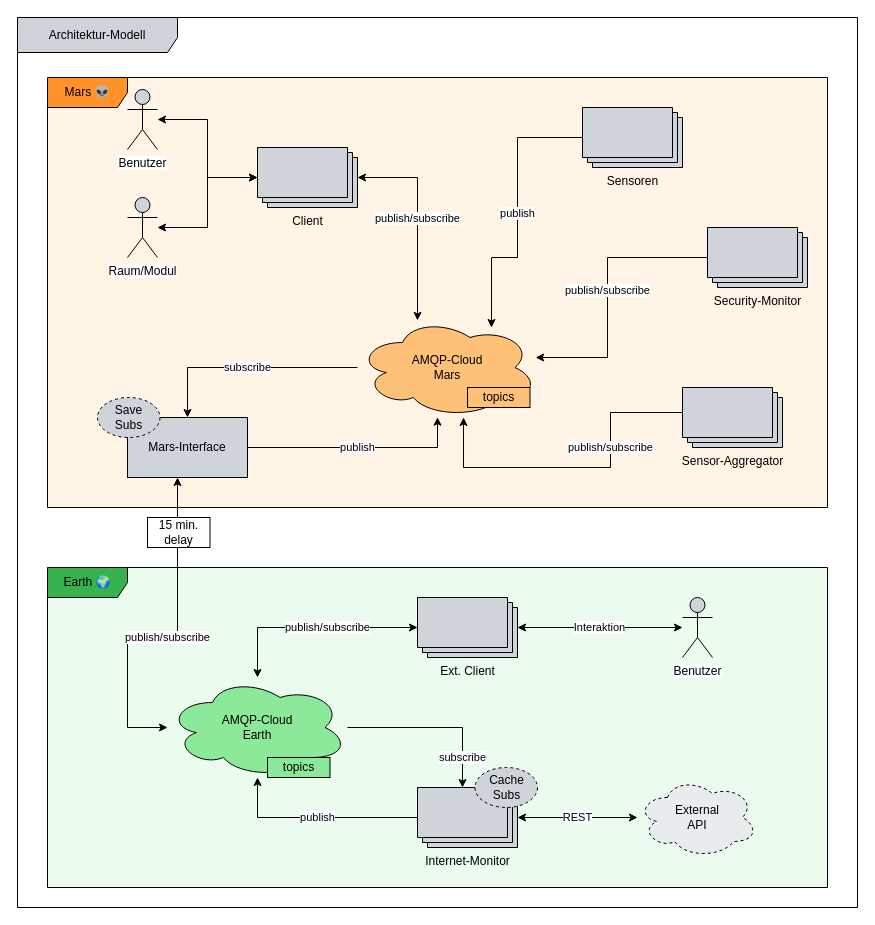
Earlier version of the draw.io diagram docs/Architektur-Modell.drawio (leo-3108/mi-fddw-mars-colonisation-gedrath-pelzer). Source tidied: cells renumbered, new cells numbered last; positions are measured from the earlier drawing's top-left corner, leaving out a move shared by most shapes. Both pictures are drawn from the tidied source at 100%, with x=0, y=0 at pixel (17, 17).
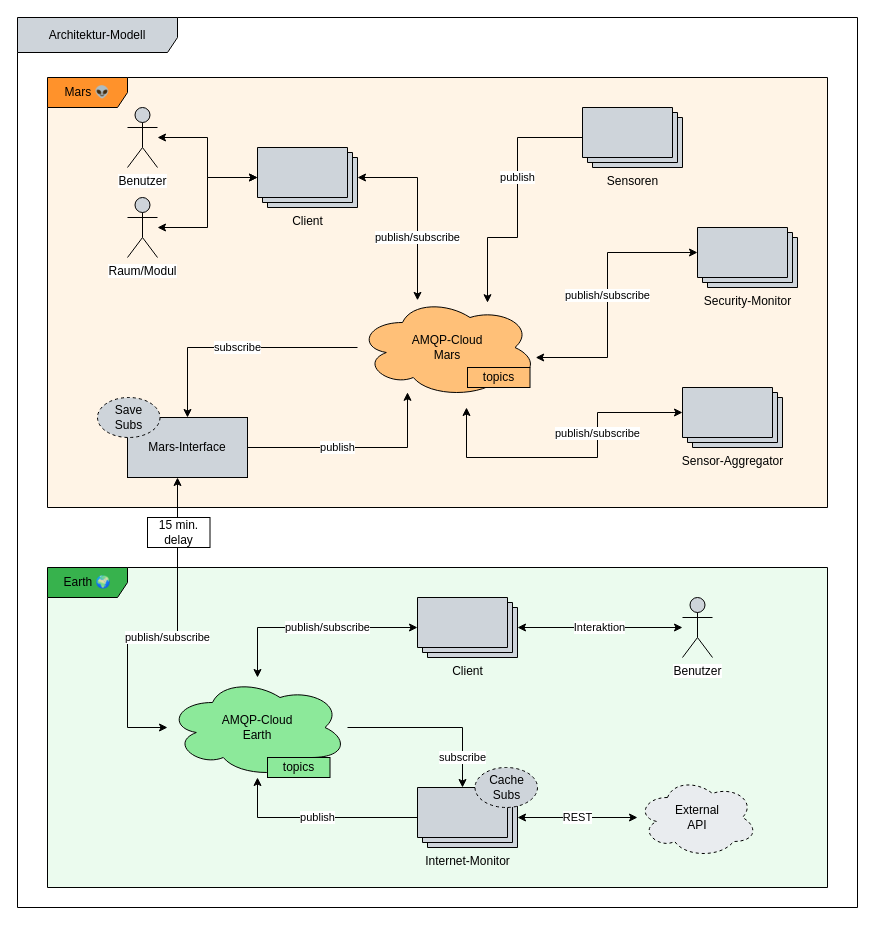
After the change.

The change refers to these unchanged cells:
```xml
<mxCell id="14" value="&lt;font face=&quot;IBM Plex Mono&quot;&gt;Mars-Interface&lt;br&gt;&lt;/font&gt;" style="rounded=0;whiteSpace=wrap;html=1;fillColor=#CED4DA;" parent="1" vertex="1">
  <mxGeometry x="110" y="400" width="120" height="60" as="geometry" />
</mxCell>
<mxCell id="26" value="&lt;font face=&quot;IBM Plex Mono&quot;&gt;Sensoren&lt;/font&gt;" style="verticalLabelPosition=bottom;verticalAlign=top;html=1;shape=mxgraph.basic.layered_rect;dx=10;outlineConnect=0;fillColor=#ced4da;" parent="1" vertex="1">
  <mxGeometry x="565" y="90" width="100" height="60" as="geometry" />
</mxCell>
<mxCell id="28" value="&lt;font face=&quot;IBM Plex Mono&quot;&gt;Client&lt;/font&gt;" style="verticalLabelPosition=bottom;verticalAlign=top;html=1;shape=mxgraph.basic.layered_rect;dx=10;outlineConnect=0;fillColor=#ced4da;" parent="1" vertex="1">
  <mxGeometry x="240" y="130" width="100" height="60" as="geometry" />
</mxCell>
<mxCell id="34" value="&lt;font face=&quot;IBM Plex Mono&quot;&gt;Sensor-Aggregator&lt;/font&gt;" style="verticalLabelPosition=bottom;verticalAlign=top;html=1;shape=mxgraph.basic.layered_rect;dx=10;outlineConnect=0;fillColor=#ced4da;" parent="1" vertex="1">
  <mxGeometry x="665" y="370" width="100" height="60" as="geometry" />
</mxCell>
```

The edit, as a diff of the source:
```diff
@@
     <mxCell id="5" value="AMQP-Cloud&lt;br&gt;Mars" style="ellipse;shape=cloud;whiteSpace=wrap;html=1;fontFamily=IBM Plex Sans;FType=g;fillColor=#ffc078;" parent="1" vertex="1">
-      <mxGeometry x="340" y="300" width="180" height="100" as="geometry" />
+      <mxGeometry x="340" y="280" width="180" height="100" as="geometry" />
     </mxCell>
@@
     <mxCell id="13" value="publish" style="edgeStyle=orthogonalEdgeStyle;rounded=0;jettySize=auto;html=1;startArrow=none;startFill=0;endArrow=classic;endFill=1;fontFamily=IBM Plex Mono;" parent="1" edge="1" source="14" target="5">
-      <mxGeometry relative="1" as="geometry">
+      <mxGeometry x="-0.16" relative="1" as="geometry">
         <Array as="points">
-          <mxPoint x="420" y="430" />
+          <mxPoint x="390" y="430" />
         </Array>
       </mxGeometry>
     </mxCell>
@@
-    <mxCell id="19" value="&lt;font face=&quot;IBM Plex Mono&quot;&gt;Ext. Client&lt;/font&gt;" style="verticalLabelPosition=bottom;verticalAlign=top;html=1;shape=mxgraph.basic.layered_rect;dx=10;outlineConnect=0;fillColor=#ced4da;" parent="1" vertex="1">
+    <mxCell id="19" value="&lt;font face=&quot;IBM Plex Mono&quot;&gt;Client&lt;/font&gt;" style="verticalLabelPosition=bottom;verticalAlign=top;html=1;shape=mxgraph.basic.layered_rect;dx=10;outlineConnect=0;fillColor=#ced4da;" parent="1" vertex="1">
       <mxGeometry x="400" y="580" width="100" height="60" as="geometry" />
     </mxCell>
@@
     <mxCell id="23" value="&lt;font face=&quot;IBM Plex Mono&quot;&gt;topics&lt;/font&gt;" style="rounded=0;whiteSpace=wrap;html=1;fillColor=#ffc078;" parent="1" vertex="1">
-      <mxGeometry x="450" y="370" width="62.5" height="20" as="geometry" />
+      <mxGeometry x="450" y="350" width="62.5" height="20" as="geometry" />
     </mxCell>
@@
-    <mxCell id="25" value="publish" style="edgeStyle=orthogonalEdgeStyle;rounded=0;jettySize=auto;html=1;startArrow=none;startFill=0;fontFamily=IBM Plex Mono;endArrow=classic;endFill=1;" parent="1" edge="1" source="26">
-      <mxGeometry relative="1" as="geometry">
-        <mxPoint x="474" y="310" as="targetPoint" />
+    <mxCell id="25" value="publish" style="edgeStyle=orthogonalEdgeStyle;rounded=0;jettySize=auto;html=1;startArrow=none;startFill=0;fontFamily=IBM Plex Mono;endArrow=classic;endFill=1;" parent="1" edge="1" source="26" target="5">
+      <mxGeometry x="-0.19" relative="1" as="geometry">
         <Array as="points">
           <mxPoint x="500" y="120" />
-          <mxPoint x="500" y="240" />
-          <mxPoint x="474" y="240" />
+          <mxPoint x="500" y="220" />
+          <mxPoint x="470" y="220" />
         </Array>
       </mxGeometry>
     </mxCell>
@@
     <mxCell id="27" value="publish/subscribe" style="edgeStyle=orthogonalEdgeStyle;rounded=0;jettySize=auto;html=1;startArrow=classic;startFill=1;endArrow=classic;endFill=1;fontFamily=IBM Plex Mono;" parent="1" edge="1" source="28" target="5">
-      <mxGeometry relative="1" as="geometry">
+      <mxGeometry x="0.31" relative="1" as="geometry">
         <Array as="points">
           <mxPoint x="400" y="160" />
         </Array>
       </mxGeometry>
     </mxCell>
@@
     <mxCell id="30" value="&lt;font face=&quot;IBM Plex Sans&quot;&gt;Benutzer&lt;/font&gt;" style="shape=umlActor;verticalLabelPosition=bottom;labelBackgroundColor=#ffffff;verticalAlign=top;html=1;strokeColor=#000000;fillColor=#CED4DA;gradientColor=none;" parent="1" vertex="1">
-      <mxGeometry x="110" y="72" width="30" height="60" as="geometry" />
+      <mxGeometry x="110" y="90" width="30" height="60" as="geometry" />
     </mxCell>
@@
-    <mxCell id="33" value="&lt;span style=&quot;caret-color: rgb(0, 0, 0); font-family: &amp;quot;IBM Plex Mono&amp;quot;; font-size: 11px; font-style: normal; font-variant-caps: normal; font-weight: normal; letter-spacing: normal; text-align: center; text-indent: 0px; text-transform: none; word-spacing: 0px; -webkit-text-stroke-width: 0px; background-color: rgb(255, 255, 255); text-decoration: none; float: none; display: inline !important;&quot;&gt;publish/subscribe&lt;/span&gt;" style="edgeStyle=orthogonalEdgeStyle;rounded=0;jettySize=auto;html=1;exitX=0;exitY=0;exitDx=0;exitDy=25;exitPerimeter=0;entryX=0.589;entryY=1;entryDx=0;entryDy=0;entryPerimeter=0;" parent="1" edge="1" source="34" target="5">
-      <mxGeometry x="-0.34" relative="1" as="geometry">
+    <mxCell id="33" value="&lt;span style=&quot;caret-color: rgb(0, 0, 0); font-family: &amp;quot;IBM Plex Mono&amp;quot;; font-size: 11px; font-style: normal; font-variant-caps: normal; font-weight: normal; letter-spacing: normal; text-align: center; text-indent: 0px; text-transform: none; word-spacing: 0px; -webkit-text-stroke-width: 0px; background-color: rgb(255, 255, 255); text-decoration: none; float: none; display: inline !important;&quot;&gt;publish/subscribe&lt;/span&gt;" style="edgeStyle=orthogonalEdgeStyle;rounded=0;jettySize=auto;html=1;exitX=0;exitY=0;exitDx=0;exitDy=25;exitPerimeter=0;startArrow=classic;startFill=1;" parent="1" edge="1" source="34">
+      <mxGeometry x="-0.32" relative="1" as="geometry">
+        <mxPoint x="449" y="390" as="targetPoint" />
         <Array as="points">
-          <mxPoint x="593" y="395" />
-          <mxPoint x="593" y="450" />
-          <mxPoint x="446" y="450" />
+          <mxPoint x="580" y="395" />
+          <mxPoint x="580" y="440" />
+          <mxPoint x="449" y="440" />
         </Array>
       </mxGeometry>
     </mxCell>
@@
-    <mxCell id="35" value="&lt;span style=&quot;caret-color: rgb(0, 0, 0); font-family: &amp;quot;IBM Plex Mono&amp;quot;; font-size: 11px; font-style: normal; font-variant-caps: normal; font-weight: normal; letter-spacing: normal; text-align: center; text-indent: 0px; text-transform: none; word-spacing: 0px; -webkit-text-stroke-width: 0px; background-color: rgb(255, 255, 255); text-decoration: none; float: none; display: inline !important;&quot;&gt;publish/subscribe&lt;/span&gt;" style="edgeStyle=orthogonalEdgeStyle;rounded=0;jettySize=auto;html=1;exitX=0;exitY=0;exitDx=0;exitDy=25;exitPerimeter=0;" parent="1" edge="1" source="36" target="5">
+    <mxCell id="35" value="&lt;span style=&quot;caret-color: rgb(0, 0, 0); font-family: &amp;quot;IBM Plex Mono&amp;quot;; font-size: 11px; font-style: normal; font-variant-caps: normal; font-weight: normal; letter-spacing: normal; text-align: center; text-indent: 0px; text-transform: none; word-spacing: 0px; -webkit-text-stroke-width: 0px; background-color: rgb(255, 255, 255); text-decoration: none; float: none; display: inline !important;&quot;&gt;publish/subscribe&lt;/span&gt;" style="edgeStyle=orthogonalEdgeStyle;rounded=0;jettySize=auto;html=1;exitX=0;exitY=0;exitDx=0;exitDy=25;exitPerimeter=0;strokeColor=#000000;startArrow=classic;startFill=1;" parent="1" edge="1" source="36" target="5">
       <mxGeometry relative="1" as="geometry">
         <Array as="points">
-          <mxPoint x="690" y="240" />
-          <mxPoint x="590" y="240" />
+          <mxPoint x="590" y="235" />
           <mxPoint x="590" y="340" />
         </Array>
       </mxGeometry>
     </mxCell>
     <mxCell id="36" value="&lt;font face=&quot;IBM Plex Mono&quot;&gt;Security-Monitor&lt;/font&gt;" style="verticalLabelPosition=bottom;verticalAlign=top;html=1;shape=mxgraph.basic.layered_rect;dx=10;outlineConnect=0;fillColor=#ced4da;" parent="1" vertex="1">
-      <mxGeometry x="690" y="210" width="100" height="60" as="geometry" />
+      <mxGeometry x="680" y="210" width="100" height="60" as="geometry" />
     </mxCell>
```
